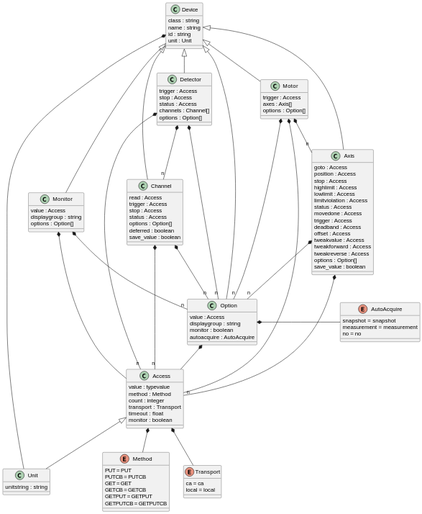
tillbiskup/evedata keeps this PlantUML diagram as docs/uml/evedata.scml.setup.svg. Above is the earlier version.
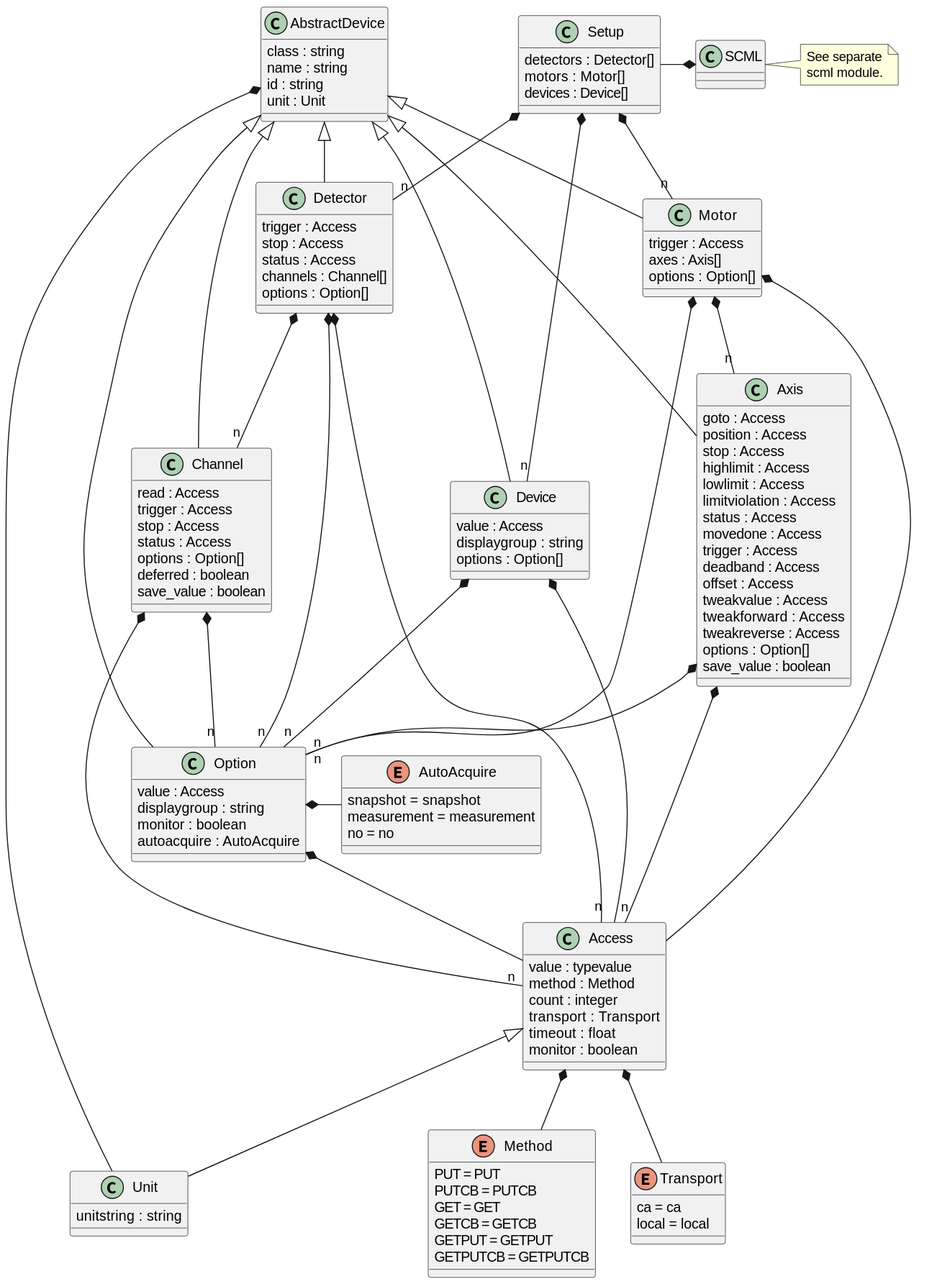
After the commit.

Commit message:
Introduce "Setup" on top level of SCML; rename Device to AbstractDevice

The edit, as a diff of the source:
```diff
@@ -1,18 +1,30 @@
 @startuml
 
-class Device {
+class Setup {
+    detectors : Detector[]
+    motors : Motor[]
+    devices : Device[]
+}
+Setup *-- "n" Detector
+Setup *-- "n" Motor
+Setup *-- "n" Device
+
+Setup -* SCML
+note right of SCML: See separate\nscml module.
+
+class AbstractDevice {
     class : string
     name : string
     id : string
     unit : Unit
 }
-Device <|-- Detector
-Device <|-- Motor
-Device <|-- Monitor
-Device <|-- Axis
-Device <|-- Channel
-Device <|-- Option
-Device *-- Unit
+AbstractDevice <|-- Detector
+AbstractDevice <|-- Motor
+AbstractDevice <|-- Device
+AbstractDevice <|-- Axis
+AbstractDevice <|-- Channel
+AbstractDevice <|-- Option
+AbstractDevice *-- Unit
 
 class Access {
     value : typevalue
@@ -76,13 +88,13 @@
 Detector *-- "n" Channel
 Detector *-- "n" Option
 
-class Monitor {
+class Device {
     value : Access
     displaygroup : string
     options : Option[]
 }
-Monitor *-- Access
-Monitor *-- "n" Option
+Device *-- Access
+Device *-- "n" Option
 
 enum Method {
     PUT = PUT
```
